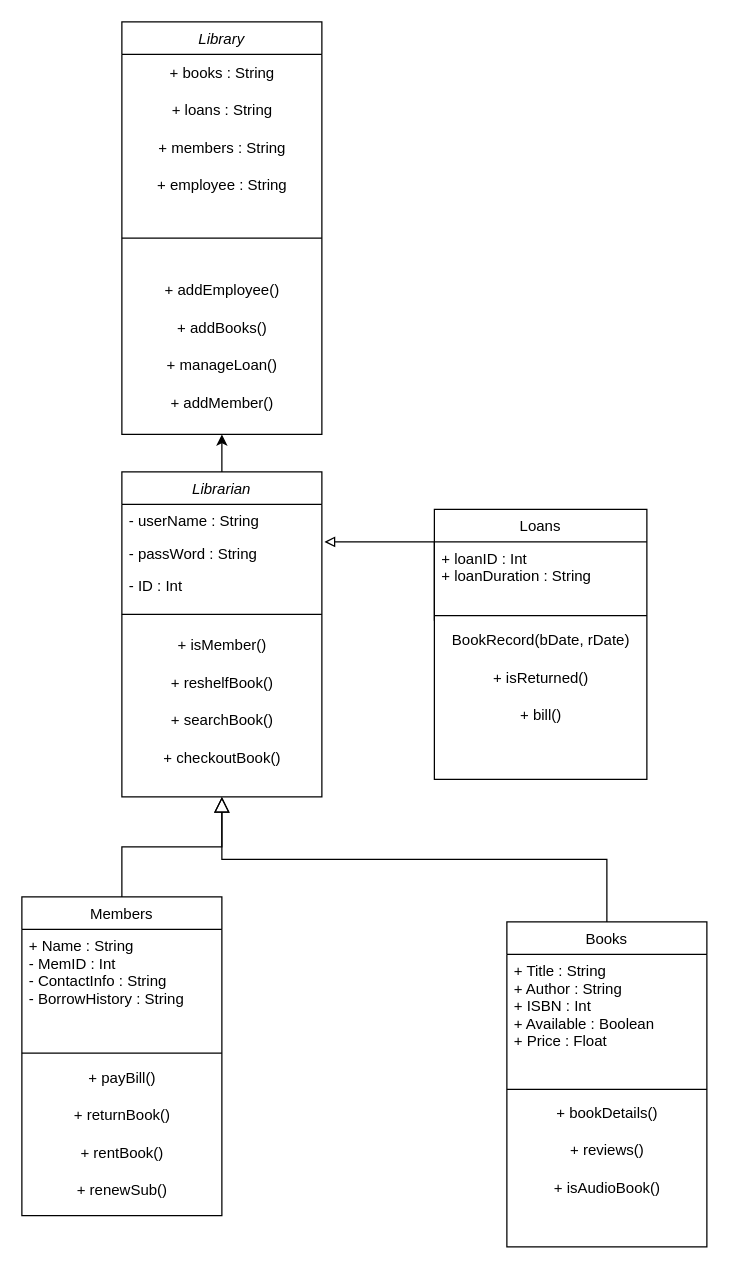
Above: Untitled Diagram.drawio in Twpendleton/ClassUMLDiagram (draw.io), before the change. Source tidied: cells renumbered, new cells numbered last; positions are measured from the earlier drawing's top-left corner, leaving out a move shared by most shapes. Both pictures are drawn from the tidied source at 125%, with x=0, y=0 at pixel (21, 21).
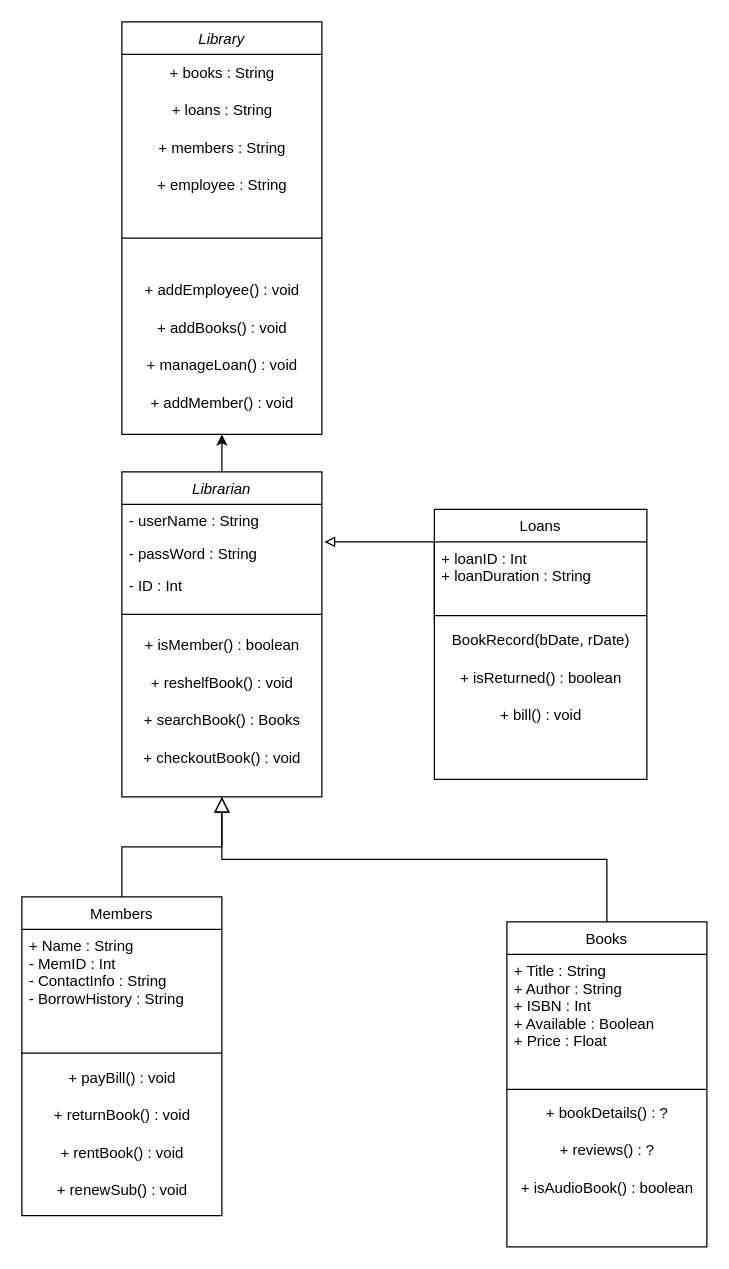
The same page after the edit.

Commit message:
Add class method return types

The change refers to these unchanged cells:
```xml
<mxCell id="3" value="Librarian" style="swimlane;fontStyle=2;align=center;verticalAlign=top;horizontal=1;startSize=26;rounded=0;shadow=0;strokeWidth=1;" parent="1" vertex="1">
  <mxGeometry x="80" y="360" width="160" height="260" as="geometry" />
</mxCell>
<mxCell id="12" value="Members" style="swimlane;fontStyle=0;align=center;verticalAlign=top;horizontal=1;startSize=26;rounded=0;shadow=0;strokeWidth=1;" parent="1" vertex="1">
  <mxGeometry y="700" width="160" height="255" as="geometry" />
</mxCell>
<mxCell id="20" value="Books" style="swimlane;fontStyle=0;align=center;verticalAlign=top;horizontal=1;startSize=26;rounded=0;shadow=0;strokeWidth=1;" parent="1" vertex="1">
  <mxGeometry x="388" y="720" width="160" height="260" as="geometry" />
</mxCell>
<mxCell id="27" value="Loans" style="swimlane;fontStyle=0;align=center;verticalAlign=top;horizontal=1;startSize=26;rounded=0;shadow=0;strokeWidth=1;" parent="1" vertex="1">
  <mxGeometry x="330" y="390" width="170" height="216" as="geometry" />
</mxCell>
<mxCell id="34" value="Library" style="swimlane;fontStyle=2;align=center;verticalAlign=top;horizontal=1;startSize=26;rounded=0;shadow=0;strokeWidth=1;" parent="1" vertex="1">
  <mxGeometry x="80" width="160" height="330" as="geometry" />
</mxCell>
```

The edit, as a diff of the source:
```diff
@@
-    <mxCell id="8" value="+ isMember()" style="text;html=1;align=center;verticalAlign=middle;strokeColor=none;fillColor=none;" parent="3" vertex="1">
+    <mxCell id="8" value="+ isMember() : boolean" style="text;html=1;align=center;verticalAlign=middle;strokeColor=none;fillColor=none;" parent="3" vertex="1">
       <mxGeometry y="124" width="160" height="30" as="geometry" />
     </mxCell>
-    <mxCell id="9" value="+ reshelfBook()" style="text;html=1;align=center;verticalAlign=middle;strokeColor=none;fillColor=none;" parent="3" vertex="1">
+    <mxCell id="9" value="+ reshelfBook() : void" style="text;html=1;align=center;verticalAlign=middle;strokeColor=none;fillColor=none;" parent="3" vertex="1">
       <mxGeometry y="154" width="160" height="30" as="geometry" />
     </mxCell>
-    <mxCell id="10" value="+ searchBook()" style="text;html=1;align=center;verticalAlign=middle;strokeColor=none;fillColor=none;" parent="3" vertex="1">
+    <mxCell id="10" value="+ searchBook() : Books" style="text;html=1;align=center;verticalAlign=middle;strokeColor=none;fillColor=none;" parent="3" vertex="1">
       <mxGeometry y="184" width="160" height="30" as="geometry" />
     </mxCell>
-    <mxCell id="11" value="+ checkoutBook()" style="text;html=1;align=center;verticalAlign=middle;strokeColor=none;fillColor=none;" parent="3" vertex="1">
+    <mxCell id="11" value="+ checkoutBook() : void" style="text;html=1;align=center;verticalAlign=middle;strokeColor=none;fillColor=none;" parent="3" vertex="1">
       <mxGeometry y="214" width="160" height="30" as="geometry" />
     </mxCell>
@@
-    <mxCell id="15" value="+ payBill()" style="text;html=1;align=center;verticalAlign=middle;strokeColor=none;fillColor=none;" parent="12" vertex="1">
+    <mxCell id="15" value="+ payBill() : void" style="text;html=1;align=center;verticalAlign=middle;strokeColor=none;fillColor=none;" parent="12" vertex="1">
       <mxGeometry y="130" width="160" height="30" as="geometry" />
     </mxCell>
-    <mxCell id="16" value="+ returnBook()" style="text;html=1;align=center;verticalAlign=middle;strokeColor=none;fillColor=none;" parent="12" vertex="1">
+    <mxCell id="16" value="+ returnBook() : void" style="text;html=1;align=center;verticalAlign=middle;strokeColor=none;fillColor=none;" parent="12" vertex="1">
       <mxGeometry y="160" width="160" height="30" as="geometry" />
     </mxCell>
-    <mxCell id="17" value="+ rentBook()" style="text;html=1;align=center;verticalAlign=middle;strokeColor=none;fillColor=none;" parent="12" vertex="1">
+    <mxCell id="17" value="+ rentBook() : void" style="text;html=1;align=center;verticalAlign=middle;strokeColor=none;fillColor=none;" parent="12" vertex="1">
       <mxGeometry y="190" width="160" height="30" as="geometry" />
     </mxCell>
-    <mxCell id="18" value="+ renewSub()" style="text;html=1;align=center;verticalAlign=middle;strokeColor=none;fillColor=none;" parent="12" vertex="1">
+    <mxCell id="18" value="+ renewSub() : void" style="text;html=1;align=center;verticalAlign=middle;strokeColor=none;fillColor=none;" parent="12" vertex="1">
       <mxGeometry y="220" width="160" height="30" as="geometry" />
     </mxCell>
@@
-    <mxCell id="23" value="+ bookDetails()" style="text;html=1;align=center;verticalAlign=middle;strokeColor=none;fillColor=none;" parent="20" vertex="1">
+    <mxCell id="23" value="+ bookDetails() : ?" style="text;html=1;align=center;verticalAlign=middle;strokeColor=none;fillColor=none;" parent="20" vertex="1">
       <mxGeometry y="138" width="160" height="30" as="geometry" />
     </mxCell>
-    <mxCell id="24" value="+ reviews()" style="text;html=1;align=center;verticalAlign=middle;strokeColor=none;fillColor=none;" parent="20" vertex="1">
+    <mxCell id="24" value="+ reviews() : ?" style="text;html=1;align=center;verticalAlign=middle;strokeColor=none;fillColor=none;" parent="20" vertex="1">
       <mxGeometry y="168" width="160" height="30" as="geometry" />
     </mxCell>
-    <mxCell id="25" value="+ isAudioBook()" style="text;html=1;align=center;verticalAlign=middle;strokeColor=none;fillColor=none;" parent="20" vertex="1">
+    <mxCell id="25" value="+ isAudioBook() : boolean" style="text;html=1;align=center;verticalAlign=middle;strokeColor=none;fillColor=none;" parent="20" vertex="1">
       <mxGeometry y="198" width="160" height="30" as="geometry" />
     </mxCell>
@@
-    <mxCell id="31" value="+ isReturned()" style="text;html=1;align=center;verticalAlign=middle;strokeColor=none;fillColor=none;" parent="27" vertex="1">
+    <mxCell id="31" value="+ isReturned() : boolean" style="text;html=1;align=center;verticalAlign=middle;strokeColor=none;fillColor=none;" parent="27" vertex="1">
       <mxGeometry y="120" width="170" height="30" as="geometry" />
     </mxCell>
-    <mxCell id="32" value="+ bill()" style="text;html=1;align=center;verticalAlign=middle;strokeColor=none;fillColor=none;" parent="27" vertex="1">
+    <mxCell id="32" value="+ bill() : void" style="text;html=1;align=center;verticalAlign=middle;strokeColor=none;fillColor=none;" parent="27" vertex="1">
       <mxGeometry y="150" width="170" height="30" as="geometry" />
     </mxCell>
@@
-    <mxCell id="40" value="+ addEmployee()" style="text;html=1;align=center;verticalAlign=middle;strokeColor=none;fillColor=none;" parent="34" vertex="1">
+    <mxCell id="40" value="+ addEmployee() : void" style="text;html=1;align=center;verticalAlign=middle;strokeColor=none;fillColor=none;" parent="34" vertex="1">
       <mxGeometry y="200" width="160" height="30" as="geometry" />
     </mxCell>
-    <mxCell id="41" value="+ addBooks()" style="text;html=1;align=center;verticalAlign=middle;strokeColor=none;fillColor=none;" parent="34" vertex="1">
+    <mxCell id="41" value="+ addBooks() : void" style="text;html=1;align=center;verticalAlign=middle;strokeColor=none;fillColor=none;" parent="34" vertex="1">
       <mxGeometry y="230" width="160" height="30" as="geometry" />
     </mxCell>
-    <mxCell id="42" value="+ manageLoan()" style="text;html=1;align=center;verticalAlign=middle;strokeColor=none;fillColor=none;" parent="34" vertex="1">
+    <mxCell id="42" value="+ manageLoan() : void" style="text;html=1;align=center;verticalAlign=middle;strokeColor=none;fillColor=none;" parent="34" vertex="1">
       <mxGeometry y="260" width="160" height="30" as="geometry" />
     </mxCell>
-    <mxCell id="43" value="+ addMember()" style="text;html=1;align=center;verticalAlign=middle;strokeColor=none;fillColor=none;" parent="34" vertex="1">
+    <mxCell id="43" value="+ addMember() : void" style="text;html=1;align=center;verticalAlign=middle;strokeColor=none;fillColor=none;" parent="34" vertex="1">
       <mxGeometry y="290" width="160" height="30" as="geometry" />
     </mxCell>
```
